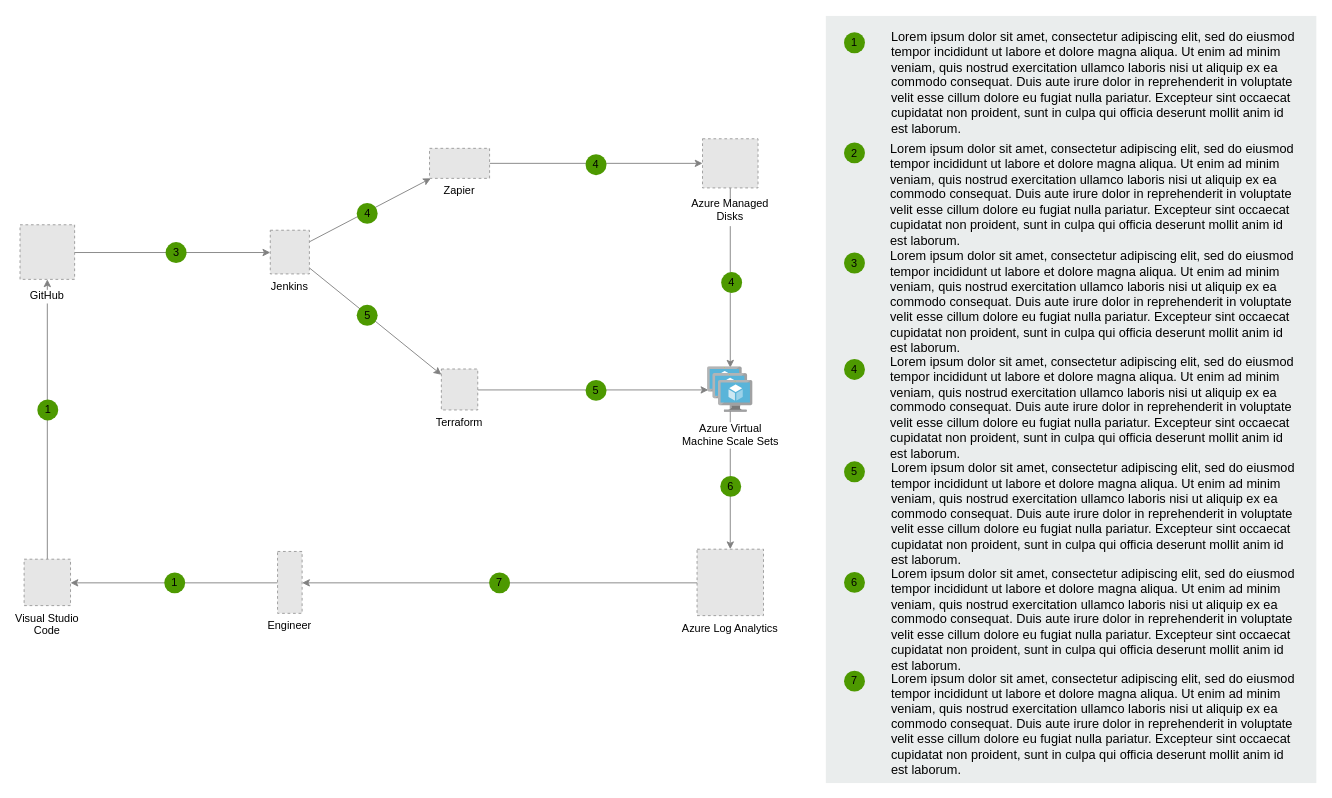
The draw.io diagram Untitled Diagram.drawio in prak96/myWebSite, before the edit. Source tidied: cells renumbered, new cells numbered last; positions are measured from the earlier drawing's top-left corner, leaving out a move shared by most shapes. Both pictures are drawn from the tidied source at 91%, with x=0, y=0 at pixel (19, 15). Pictures stored in the file or linked from it are replaced by grey dashed boxes.
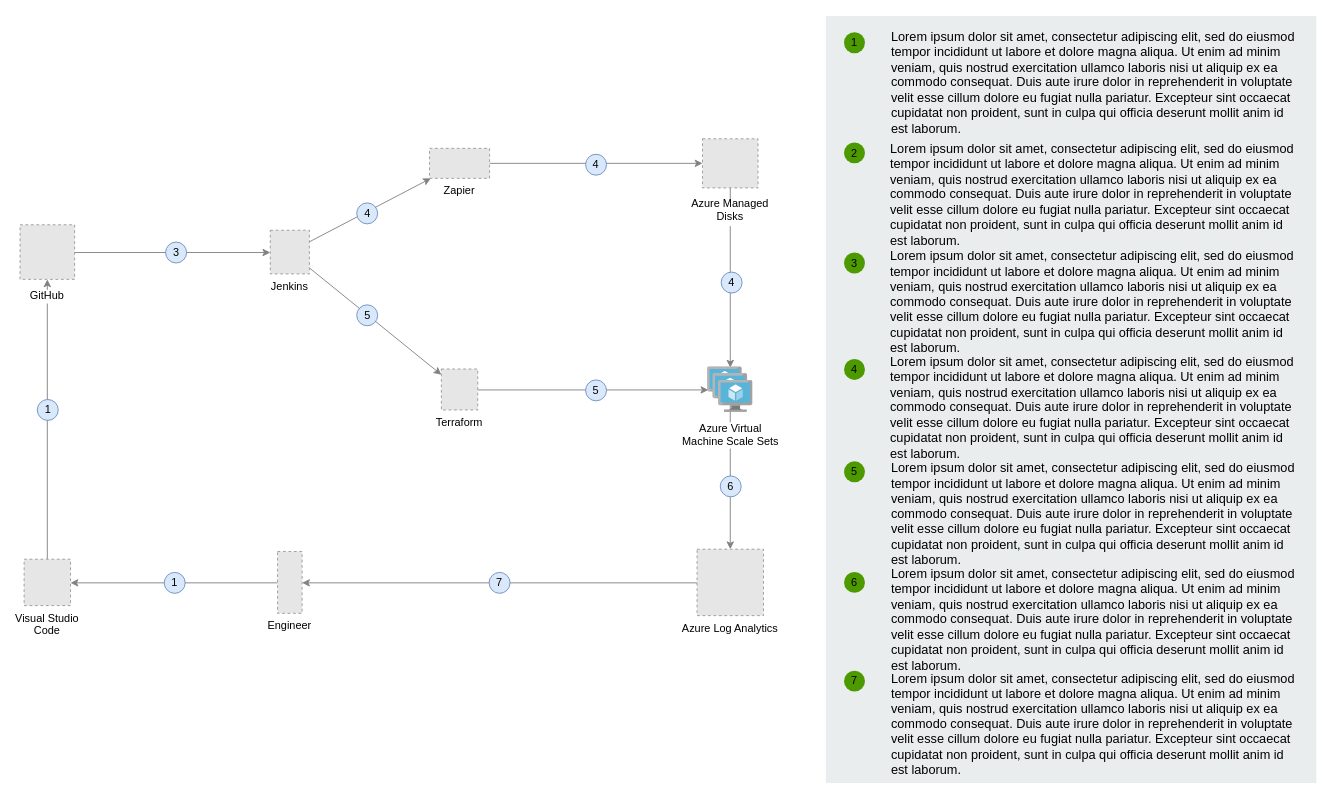
After the change.

Commit message:
autosite-sketch

Change to the diagram source:
```diff
@@
-    <mxCell id="21" value="3" style="ellipse;whiteSpace=wrap;html=1;fillColor=#4D9900;strokeColor=none;labelBackgroundColor=none;" parent="1" vertex="1">
+    <mxCell id="21" value="3" style="ellipse;whiteSpace=wrap;html=1;fillColor=#dae8fc;strokeColor=#6c8ebf;labelBackgroundColor=none;" parent="1" vertex="1">
       <mxGeometry x="160.5" y="248.5" width="23" height="23" as="geometry" />
     </mxCell>
-    <mxCell id="22" value="1" style="ellipse;whiteSpace=wrap;html=1;fillColor=#4D9900;strokeColor=none;labelBackgroundColor=none;" parent="1" vertex="1">
+    <mxCell id="22" value="1" style="ellipse;whiteSpace=wrap;html=1;fillColor=#dae8fc;strokeColor=#6c8ebf;labelBackgroundColor=none;" parent="1" vertex="1">
       <mxGeometry x="159" y="611.5" width="23" height="23" as="geometry" />
     </mxCell>
-    <mxCell id="23" value="1" style="ellipse;whiteSpace=wrap;html=1;fillColor=#4D9900;strokeColor=none;labelBackgroundColor=none;" parent="1" vertex="1">
+    <mxCell id="23" value="1" style="ellipse;whiteSpace=wrap;html=1;fillColor=#dae8fc;strokeColor=#6c8ebf;labelBackgroundColor=none;" parent="1" vertex="1">
       <mxGeometry x="19.5" y="421.5" width="23" height="23" as="geometry" />
     </mxCell>
-    <mxCell id="24" value="4" style="ellipse;whiteSpace=wrap;html=1;fillColor=#4D9900;strokeColor=none;labelBackgroundColor=none;" parent="1" vertex="1">
+    <mxCell id="24" value="4" style="ellipse;whiteSpace=wrap;html=1;fillColor=#dae8fc;strokeColor=#6c8ebf;labelBackgroundColor=none;" parent="1" vertex="1">
       <mxGeometry x="370.5" y="205.5" width="23" height="23" as="geometry" />
     </mxCell>
-    <mxCell id="25" value="5" style="ellipse;whiteSpace=wrap;html=1;fillColor=#4D9900;strokeColor=none;labelBackgroundColor=none;" parent="1" vertex="1">
+    <mxCell id="25" value="5" style="ellipse;whiteSpace=wrap;html=1;fillColor=#dae8fc;strokeColor=#6c8ebf;labelBackgroundColor=none;" parent="1" vertex="1">
       <mxGeometry x="370.5" y="317.5" width="23" height="23" as="geometry" />
     </mxCell>
-    <mxCell id="26" value="4" style="ellipse;whiteSpace=wrap;html=1;fillColor=#4D9900;strokeColor=none;labelBackgroundColor=none;" parent="1" vertex="1">
+    <mxCell id="26" value="4" style="ellipse;whiteSpace=wrap;html=1;fillColor=#dae8fc;strokeColor=#6c8ebf;labelBackgroundColor=none;" parent="1" vertex="1">
       <mxGeometry x="622" y="152" width="23" height="23" as="geometry" />
     </mxCell>
-    <mxCell id="27" value="5" style="ellipse;whiteSpace=wrap;html=1;fillColor=#4D9900;strokeColor=none;labelBackgroundColor=none;" parent="1" vertex="1">
+    <mxCell id="27" value="5" style="ellipse;whiteSpace=wrap;html=1;fillColor=#dae8fc;strokeColor=#6c8ebf;labelBackgroundColor=none;" parent="1" vertex="1">
       <mxGeometry x="622" y="400" width="23" height="23" as="geometry" />
     </mxCell>
-    <mxCell id="28" value="4" style="ellipse;whiteSpace=wrap;html=1;fillColor=#4D9900;strokeColor=none;labelBackgroundColor=none;" parent="1" vertex="1">
+    <mxCell id="28" value="4" style="ellipse;whiteSpace=wrap;html=1;fillColor=#dae8fc;strokeColor=#6c8ebf;labelBackgroundColor=none;" parent="1" vertex="1">
       <mxGeometry x="771" y="281.5" width="23" height="23" as="geometry" />
     </mxCell>
-    <mxCell id="29" value="6" style="ellipse;whiteSpace=wrap;html=1;fillColor=#4D9900;strokeColor=none;labelBackgroundColor=none;" parent="1" vertex="1">
+    <mxCell id="29" value="6" style="ellipse;whiteSpace=wrap;html=1;fillColor=#dae8fc;strokeColor=#6c8ebf;labelBackgroundColor=none;" parent="1" vertex="1">
       <mxGeometry x="770" y="505.5" width="23" height="23" as="geometry" />
     </mxCell>
-    <mxCell id="30" value="7" style="ellipse;whiteSpace=wrap;html=1;fillColor=#4D9900;strokeColor=none;labelBackgroundColor=none;" parent="1" vertex="1">
+    <mxCell id="30" value="7" style="ellipse;whiteSpace=wrap;html=1;fillColor=#dae8fc;strokeColor=#6c8ebf;labelBackgroundColor=none;" parent="1" vertex="1">
       <mxGeometry x="516" y="611.5" width="23" height="23" as="geometry" />
     </mxCell>
```
